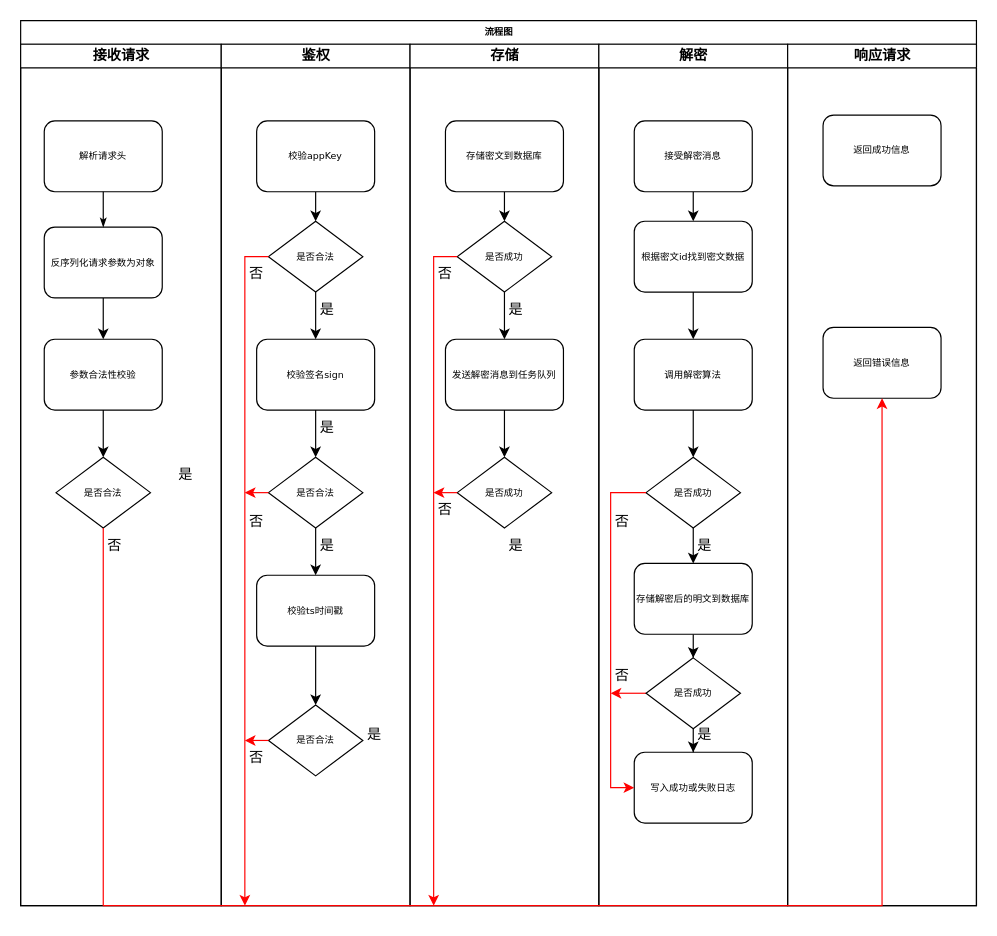
The draw.io diagram uploadEncryptData.drawio in jeefs/mindGraph, before the edit. Source tidied: cells renumbered, new cells numbered last; positions are measured from the earlier drawing's top-left corner, leaving out a move shared by most shapes. Both pictures are drawn from the tidied source at 118%, with x=0, y=0 at pixel (20, 20).
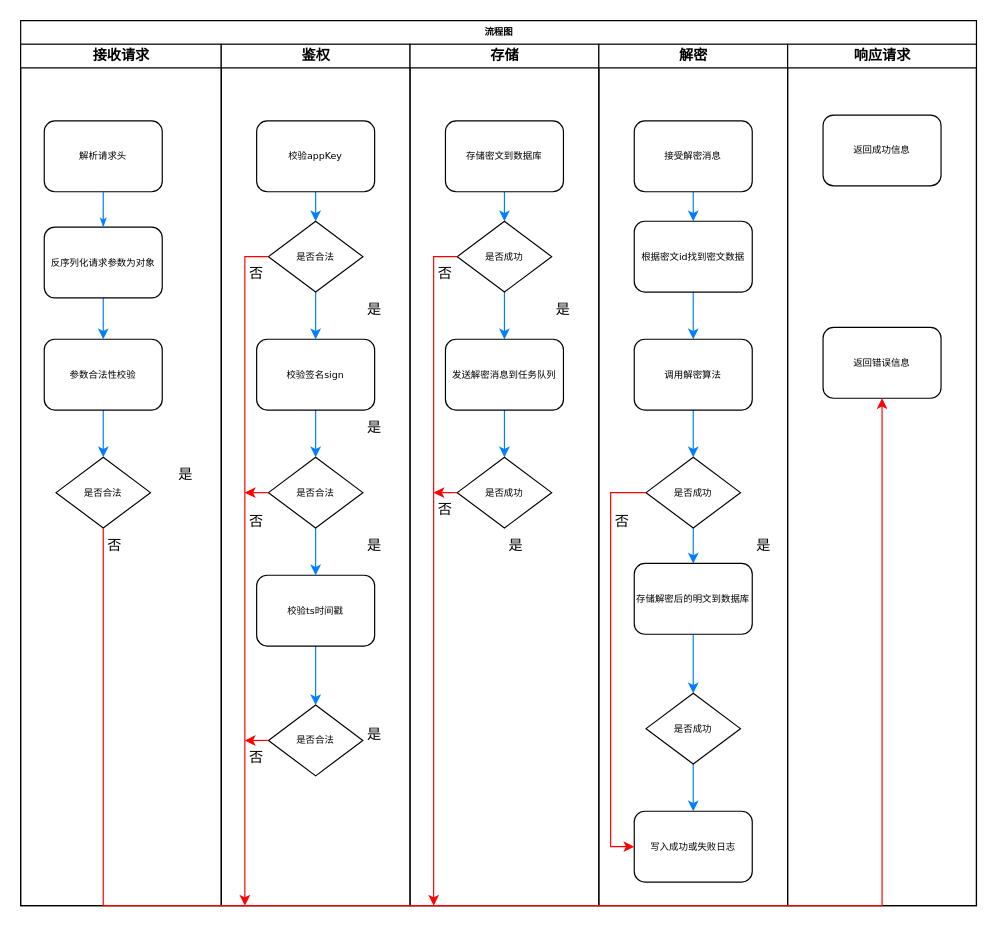
Above is the later version.

Unchanged cells that the change refers to:
```xml
<mxCell id="4" value="接收请求" style="swimlane;html=1;startSize=20;labelBackgroundColor=none;" parent="3" vertex="1">
  <mxGeometry width="170" height="730" as="geometry" />
</mxCell>
<mxCell id="5" value="解析请求头" style="rounded=1;whiteSpace=wrap;html=1;shadow=0;labelBackgroundColor=none;strokeWidth=1;fontFamily=Verdana;fontSize=8;align=center;" parent="4" vertex="1">
  <mxGeometry x="20" y="65" width="100" height="60" as="geometry" />
</mxCell>
<mxCell id="7" value="参数合法性校验" style="rounded=1;whiteSpace=wrap;html=1;shadow=0;labelBackgroundColor=none;strokeWidth=1;fontFamily=Verdana;fontSize=8;align=center;" parent="4" vertex="1">
  <mxGeometry x="20" y="250" width="100" height="60" as="geometry" />
</mxCell>
<mxCell id="9" value="反序列化请求参数为对象" style="rounded=1;whiteSpace=wrap;html=1;shadow=0;labelBackgroundColor=none;strokeWidth=1;fontFamily=Verdana;fontSize=8;align=center;" parent="4" vertex="1">
  <mxGeometry x="20" y="155" width="100" height="60" as="geometry" />
</mxCell>
<mxCell id="11" value="是否合法" style="rhombus;whiteSpace=wrap;html=1;rounded=0;shadow=0;labelBackgroundColor=none;strokeWidth=1;fontFamily=Verdana;fontSize=8;align=center;" parent="4" vertex="1">
  <mxGeometry x="30" y="350" width="80" height="60" as="geometry" />
</mxCell>
<mxCell id="14" value="鉴权" style="swimlane;html=1;startSize=20;labelBackgroundColor=none;" parent="3" vertex="1">
  <mxGeometry x="170" width="160" height="730" as="geometry" />
</mxCell>
<mxCell id="16" value="校验appKey" style="rounded=1;whiteSpace=wrap;html=1;shadow=0;labelBackgroundColor=none;strokeWidth=1;fontFamily=Verdana;fontSize=8;align=center;" parent="14" vertex="1">
  <mxGeometry x="30" y="65" width="100" height="60" as="geometry" />
</mxCell>
<mxCell id="18" value="校验签名sign" style="rounded=1;whiteSpace=wrap;html=1;shadow=0;labelBackgroundColor=none;strokeWidth=1;fontFamily=Verdana;fontSize=8;align=center;" parent="14" vertex="1">
  <mxGeometry x="30" y="250" width="100" height="60" as="geometry" />
</mxCell>
<mxCell id="20" value="校验ts时间戳" style="rounded=1;whiteSpace=wrap;html=1;shadow=0;labelBackgroundColor=none;strokeWidth=1;fontFamily=Verdana;fontSize=8;align=center;" parent="14" vertex="1">
  <mxGeometry x="30" y="450" width="100" height="60" as="geometry" />
</mxCell>
<mxCell id="22" value="是否合法" style="rhombus;whiteSpace=wrap;html=1;rounded=0;shadow=0;labelBackgroundColor=none;strokeWidth=1;fontFamily=Verdana;fontSize=8;align=center;" parent="14" vertex="1">
  <mxGeometry x="40" y="150" width="80" height="60" as="geometry" />
</mxCell>
<mxCell id="25" value="是否合法" style="rhombus;whiteSpace=wrap;html=1;rounded=0;shadow=0;labelBackgroundColor=none;strokeWidth=1;fontFamily=Verdana;fontSize=8;align=center;" parent="14" vertex="1">
  <mxGeometry x="40" y="350" width="80" height="60" as="geometry" />
</mxCell>
<mxCell id="28" value="是否合法" style="rhombus;whiteSpace=wrap;html=1;rounded=0;shadow=0;labelBackgroundColor=none;strokeWidth=1;fontFamily=Verdana;fontSize=8;align=center;" parent="14" vertex="1">
  <mxGeometry x="40" y="560" width="80" height="60" as="geometry" />
</mxCell>
<mxCell id="33" value="存储" style="swimlane;html=1;startSize=20;labelBackgroundColor=none;" parent="3" vertex="1">
  <mxGeometry x="330" width="160" height="730" as="geometry" />
</mxCell>
<mxCell id="35" value="存储密文到数据库" style="rounded=1;whiteSpace=wrap;html=1;shadow=0;labelBackgroundColor=none;strokeWidth=1;fontFamily=Verdana;fontSize=8;align=center;" parent="33" vertex="1">
  <mxGeometry x="30" y="65" width="100" height="60" as="geometry" />
</mxCell>
<mxCell id="37" value="是否成功" style="rhombus;whiteSpace=wrap;html=1;rounded=0;shadow=0;labelBackgroundColor=none;strokeWidth=1;fontFamily=Verdana;fontSize=8;align=center;" parent="33" vertex="1">
  <mxGeometry x="40" y="150" width="80" height="60" as="geometry" />
</mxCell>
<mxCell id="39" value="发送解密消息到任务队列" style="rounded=1;whiteSpace=wrap;html=1;shadow=0;labelBackgroundColor=none;strokeWidth=1;fontFamily=Verdana;fontSize=8;align=center;" parent="33" vertex="1">
  <mxGeometry x="30" y="250" width="100" height="60" as="geometry" />
</mxCell>
<mxCell id="40" value="是否成功" style="rhombus;whiteSpace=wrap;html=1;rounded=0;shadow=0;labelBackgroundColor=none;strokeWidth=1;fontFamily=Verdana;fontSize=8;align=center;" parent="33" vertex="1">
  <mxGeometry x="40" y="350" width="80" height="60" as="geometry" />
</mxCell>
<mxCell id="45" value="解密" style="swimlane;html=1;startSize=20;labelBackgroundColor=none;" parent="3" vertex="1">
  <mxGeometry x="490" width="160" height="730" as="geometry" />
</mxCell>
<mxCell id="47" value="接受解密消息" style="rounded=1;whiteSpace=wrap;html=1;shadow=0;labelBackgroundColor=none;strokeWidth=1;fontFamily=Verdana;fontSize=8;align=center;" parent="45" vertex="1">
  <mxGeometry x="30" y="65" width="100" height="60" as="geometry" />
</mxCell>
<mxCell id="49" value="根据密文id找到密文数据" style="rounded=1;whiteSpace=wrap;html=1;shadow=0;labelBackgroundColor=none;strokeWidth=1;fontFamily=Verdana;fontSize=8;align=center;" parent="45" vertex="1">
  <mxGeometry x="30" y="150" width="100" height="60" as="geometry" />
</mxCell>
<mxCell id="51" value="调用解密算法" style="rounded=1;whiteSpace=wrap;html=1;shadow=0;labelBackgroundColor=none;strokeWidth=1;fontFamily=Verdana;fontSize=8;align=center;" parent="45" vertex="1">
  <mxGeometry x="30" y="250" width="100" height="60" as="geometry" />
</mxCell>
<mxCell id="53" value="是否成功" style="rhombus;whiteSpace=wrap;html=1;rounded=0;shadow=0;labelBackgroundColor=none;strokeWidth=1;fontFamily=Verdana;fontSize=8;align=center;" parent="45" vertex="1">
  <mxGeometry x="40" y="350" width="80" height="60" as="geometry" />
</mxCell>
<mxCell id="55" value="存储解密后的明文到数据库" style="rounded=1;whiteSpace=wrap;html=1;shadow=0;labelBackgroundColor=none;strokeWidth=1;fontFamily=Verdana;fontSize=8;align=center;" parent="45" vertex="1">
  <mxGeometry x="30" y="440" width="100" height="60" as="geometry" />
</mxCell>
```

Diff of the diagram source:
```diff
@@
-    <mxCell id="6" style="edgeStyle=orthogonalEdgeStyle;rounded=0;jettySize=auto;html=1;labelBackgroundColor=none;fontColor=default;" parent="4" edge="1" source="7" target="11">
+    <mxCell id="6" style="edgeStyle=orthogonalEdgeStyle;rounded=0;jettySize=auto;html=1;labelBackgroundColor=none;fontColor=default;strokeColor=#007FFF;" parent="4" edge="1" source="7" target="11">
       <mxGeometry relative="1" as="geometry" />
     </mxCell>
@@
-    <mxCell id="8" style="edgeStyle=orthogonalEdgeStyle;rounded=0;jettySize=auto;html=1;labelBackgroundColor=none;fontColor=default;" parent="4" edge="1" source="9" target="7">
+    <mxCell id="8" style="edgeStyle=orthogonalEdgeStyle;rounded=0;jettySize=auto;html=1;labelBackgroundColor=none;fontColor=default;strokeColor=#007FFF;" parent="4" edge="1" source="9" target="7">
       <mxGeometry relative="1" as="geometry" />
     </mxCell>
@@
-    <mxCell id="10" style="edgeStyle=orthogonalEdgeStyle;rounded=1;html=1;labelBackgroundColor=none;startArrow=none;startFill=0;startSize=5;endArrow=classicThin;endFill=1;endSize=5;jettySize=auto;strokeWidth=1;fontFamily=Verdana;fontSize=8;fontColor=default;" parent="4" edge="1" source="5" target="9">
+    <mxCell id="10" style="edgeStyle=orthogonalEdgeStyle;rounded=1;html=1;labelBackgroundColor=none;startArrow=none;startFill=0;startSize=5;endArrow=classicThin;endFill=1;endSize=5;jettySize=auto;strokeWidth=1;fontFamily=Verdana;fontSize=8;fontColor=default;strokeColor=#007FFF;" parent="4" edge="1" source="5" target="9">
       <mxGeometry relative="1" as="geometry" />
     </mxCell>
@@
-    <mxCell id="15" style="edgeStyle=orthogonalEdgeStyle;rounded=0;jettySize=auto;html=1;labelBackgroundColor=none;fontColor=default;" parent="14" edge="1" source="16" target="22">
+    <mxCell id="15" style="edgeStyle=orthogonalEdgeStyle;rounded=0;jettySize=auto;html=1;labelBackgroundColor=none;fontColor=default;strokeColor=#007FFF;" parent="14" edge="1" source="16" target="22">
       <mxGeometry relative="1" as="geometry" />
     </mxCell>
@@
-    <mxCell id="17" style="edgeStyle=orthogonalEdgeStyle;rounded=0;jettySize=auto;html=1;entryX=0.5;entryY=0;entryDx=0;entryDy=0;labelBackgroundColor=none;fontColor=default;" parent="14" edge="1" source="18" target="25">
+    <mxCell id="17" style="edgeStyle=orthogonalEdgeStyle;rounded=0;jettySize=auto;html=1;entryX=0.5;entryY=0;entryDx=0;entryDy=0;labelBackgroundColor=none;fontColor=default;strokeColor=#007FFF;" parent="14" edge="1" source="18" target="25">
       <mxGeometry relative="1" as="geometry" />
     </mxCell>
@@
-    <mxCell id="19" style="edgeStyle=orthogonalEdgeStyle;rounded=0;jettySize=auto;html=1;labelBackgroundColor=none;fontColor=default;" parent="14" edge="1" source="20" target="28">
+    <mxCell id="19" style="edgeStyle=orthogonalEdgeStyle;rounded=0;jettySize=auto;html=1;labelBackgroundColor=none;fontColor=default;strokeColor=#007FFF;" parent="14" edge="1" source="20" target="28">
       <mxGeometry relative="1" as="geometry" />
     </mxCell>
@@
-    <mxCell id="21" style="edgeStyle=orthogonalEdgeStyle;rounded=0;jettySize=auto;html=1;labelBackgroundColor=none;fontColor=default;" parent="14" edge="1" source="22" target="18">
+    <mxCell id="21" style="edgeStyle=orthogonalEdgeStyle;rounded=0;jettySize=auto;html=1;labelBackgroundColor=none;fontColor=default;strokeColor=#007FFF;" parent="14" edge="1" source="22" target="18">
       <mxGeometry relative="1" as="geometry" />
     </mxCell>
@@
     <mxCell id="23" value="是" style="text;strokeColor=none;align=center;fillColor=none;html=1;verticalAlign=middle;whiteSpace=wrap;rounded=0;labelBackgroundColor=none;" parent="14" vertex="1">
-      <mxGeometry x="60" y="210" width="60" height="30" as="geometry" />
+      <mxGeometry x="100" y="210" width="60" height="30" as="geometry" />
     </mxCell>
-    <mxCell id="24" style="edgeStyle=orthogonalEdgeStyle;rounded=0;jettySize=auto;html=1;labelBackgroundColor=none;fontColor=default;" parent="14" edge="1" source="25" target="20">
+    <mxCell id="24" style="edgeStyle=orthogonalEdgeStyle;rounded=0;jettySize=auto;html=1;labelBackgroundColor=none;fontColor=default;strokeColor=#007FFF;" parent="14" edge="1" source="25" target="20">
       <mxGeometry relative="1" as="geometry" />
     </mxCell>
@@
     <mxCell id="26" value="是" style="text;strokeColor=none;align=center;fillColor=none;html=1;verticalAlign=middle;whiteSpace=wrap;rounded=0;labelBackgroundColor=none;" parent="14" vertex="1">
-      <mxGeometry x="60" y="310" width="60" height="30" as="geometry" />
+      <mxGeometry x="100" y="310" width="60" height="30" as="geometry" />
     </mxCell>
     <mxCell id="27" value="是" style="text;strokeColor=none;align=center;fillColor=none;html=1;verticalAlign=middle;whiteSpace=wrap;rounded=0;labelBackgroundColor=none;" parent="14" vertex="1">
-      <mxGeometry x="60" y="410" width="60" height="30" as="geometry" />
+      <mxGeometry x="100" y="410" width="60" height="30" as="geometry" />
     </mxCell>
@@
-    <mxCell id="34" style="edgeStyle=orthogonalEdgeStyle;rounded=0;jettySize=auto;html=1;labelBackgroundColor=none;fontColor=default;" parent="33" edge="1" source="35" target="37">
+    <mxCell id="34" style="edgeStyle=orthogonalEdgeStyle;rounded=0;jettySize=auto;html=1;labelBackgroundColor=none;fontColor=default;strokeColor=#007FFF;" parent="33" edge="1" source="35" target="37">
       <mxGeometry relative="1" as="geometry" />
     </mxCell>
@@
-    <mxCell id="36" style="edgeStyle=orthogonalEdgeStyle;rounded=0;jettySize=auto;html=1;labelBackgroundColor=none;fontColor=default;" parent="33" edge="1" source="37" target="39">
+    <mxCell id="36" style="edgeStyle=orthogonalEdgeStyle;rounded=0;jettySize=auto;html=1;labelBackgroundColor=none;fontColor=default;strokeColor=#007FFF;" parent="33" edge="1" source="37" target="39">
       <mxGeometry relative="1" as="geometry" />
     </mxCell>
@@
-    <mxCell id="38" style="edgeStyle=orthogonalEdgeStyle;rounded=0;jettySize=auto;html=1;labelBackgroundColor=none;fontColor=default;" parent="33" edge="1" source="39" target="40">
+    <mxCell id="38" style="edgeStyle=orthogonalEdgeStyle;rounded=0;jettySize=auto;html=1;labelBackgroundColor=none;fontColor=default;strokeColor=#007FFF;" parent="33" edge="1" source="39" target="40">
       <mxGeometry relative="1" as="geometry" />
     </mxCell>
@@
     <mxCell id="41" value="是" style="text;strokeColor=none;align=center;fillColor=none;html=1;verticalAlign=middle;whiteSpace=wrap;rounded=0;labelBackgroundColor=none;" parent="33" vertex="1">
-      <mxGeometry x="60" y="210" width="60" height="30" as="geometry" />
+      <mxGeometry x="100" y="210" width="60" height="30" as="geometry" />
     </mxCell>
@@
-    <mxCell id="46" style="edgeStyle=orthogonalEdgeStyle;rounded=0;jettySize=auto;html=1;labelBackgroundColor=none;fontColor=default;" parent="45" edge="1" source="47" target="49">
+    <mxCell id="46" style="edgeStyle=orthogonalEdgeStyle;rounded=0;jettySize=auto;html=1;labelBackgroundColor=none;fontColor=default;strokeColor=#007FFF;" parent="45" edge="1" source="47" target="49">
       <mxGeometry relative="1" as="geometry" />
     </mxCell>
@@
-    <mxCell id="48" style="edgeStyle=orthogonalEdgeStyle;rounded=0;jettySize=auto;html=1;labelBackgroundColor=none;fontColor=default;" parent="45" edge="1" source="49" target="51">
+    <mxCell id="48" style="edgeStyle=orthogonalEdgeStyle;rounded=0;jettySize=auto;html=1;labelBackgroundColor=none;fontColor=default;strokeColor=#007FFF;" parent="45" edge="1" source="49" target="51">
       <mxGeometry relative="1" as="geometry" />
     </mxCell>
@@
-    <mxCell id="50" style="edgeStyle=orthogonalEdgeStyle;rounded=0;jettySize=auto;html=1;labelBackgroundColor=none;fontColor=default;" parent="45" edge="1" source="51" target="53">
+    <mxCell id="50" style="edgeStyle=orthogonalEdgeStyle;rounded=0;jettySize=auto;html=1;labelBackgroundColor=none;fontColor=default;strokeColor=#007FFF;" parent="45" edge="1" source="51" target="53">
       <mxGeometry relative="1" as="geometry" />
     </mxCell>
@@
-    <mxCell id="52" style="edgeStyle=orthogonalEdgeStyle;rounded=0;jettySize=auto;html=1;labelBackgroundColor=none;fontColor=default;" parent="45" edge="1" source="53" target="55">
+    <mxCell id="52" style="edgeStyle=orthogonalEdgeStyle;rounded=0;jettySize=auto;html=1;labelBackgroundColor=none;fontColor=default;strokeColor=#007FFF;" parent="45" edge="1" source="53" target="55">
       <mxGeometry relative="1" as="geometry" />
     </mxCell>
@@
-    <mxCell id="54" style="edgeStyle=orthogonalEdgeStyle;rounded=0;jettySize=auto;html=1;labelBackgroundColor=none;fontColor=default;" parent="45" edge="1" source="55" target="62">
+    <mxCell id="54" style="edgeStyle=orthogonalEdgeStyle;rounded=0;jettySize=auto;html=1;labelBackgroundColor=none;fontColor=default;strokeColor=#007FFF;" parent="45" edge="1" source="55" target="62">
       <mxGeometry relative="1" as="geometry" />
     </mxCell>
@@
     <mxCell id="56" value="是" style="text;strokeColor=none;align=center;fillColor=none;html=1;verticalAlign=middle;whiteSpace=wrap;rounded=0;labelBackgroundColor=none;" parent="45" vertex="1">
-      <mxGeometry x="60" y="410" width="60" height="30" as="geometry" />
+      <mxGeometry x="110" y="410" width="60" height="30" as="geometry" />
     </mxCell>
     <mxCell id="57" value="写入成功或失败日志" style="rounded=1;whiteSpace=wrap;html=1;shadow=0;labelBackgroundColor=none;strokeWidth=1;fontFamily=Verdana;fontSize=8;align=center;" parent="45" vertex="1">
-      <mxGeometry x="30" y="600" width="100" height="60" as="geometry" />
+      <mxGeometry x="30" y="650" width="100" height="60" as="geometry" />
     </mxCell>
     <mxCell id="58" style="edgeStyle=orthogonalEdgeStyle;rounded=0;jettySize=auto;html=1;entryX=0;entryY=0.5;entryDx=0;entryDy=0;labelBackgroundColor=none;fontColor=default;strokeColor=#FF0000;" parent="45" edge="1" source="53" target="57">
       <mxGeometry relative="1" as="geometry">
         <Array as="points">
           <mxPoint x="10" y="380" />
-          <mxPoint x="10" y="630" />
+          <mxPoint x="10" y="680" />
         </Array>
       </mxGeometry>
     </mxCell>
@@
-    <mxCell id="60" style="edgeStyle=orthogonalEdgeStyle;rounded=0;jettySize=auto;html=1;labelBackgroundColor=none;fontColor=default;strokeColor=#FF0000;" parent="45" edge="1" source="62">
-      <mxGeometry relative="1" as="geometry">
-        <mxPoint x="10" y="550" as="targetPoint" />
-      </mxGeometry>
-    </mxCell>
-    <mxCell id="61" style="edgeStyle=orthogonalEdgeStyle;rounded=0;jettySize=auto;html=1;labelBackgroundColor=none;fontColor=default;" parent="45" edge="1" source="62" target="57">
+    <mxCell id="61" style="edgeStyle=orthogonalEdgeStyle;rounded=0;jettySize=auto;html=1;labelBackgroundColor=none;fontColor=default;strokeColor=#007FFF;" parent="45" edge="1" source="62" target="57">
       <mxGeometry relative="1" as="geometry" />
     </mxCell>
     <mxCell id="62" value="是否成功" style="rhombus;whiteSpace=wrap;html=1;rounded=0;shadow=0;labelBackgroundColor=none;strokeWidth=1;fontFamily=Verdana;fontSize=8;align=center;" parent="45" vertex="1">
-      <mxGeometry x="40" y="520" width="80" height="60" as="geometry" />
+      <mxGeometry x="40" y="550" width="80" height="60" as="geometry" />
     </mxCell>
-    <mxCell id="63" value="是" style="text;strokeColor=none;align=center;fillColor=none;html=1;verticalAlign=middle;whiteSpace=wrap;rounded=0;labelBackgroundColor=none;" parent="45" vertex="1">
-      <mxGeometry x="60" y="570" width="60" height="30" as="geometry" />
-    </mxCell>
-    <mxCell id="64" value="否" style="text;strokeColor=none;align=center;fillColor=none;html=1;verticalAlign=middle;whiteSpace=wrap;rounded=0;labelBackgroundColor=none;" parent="45" vertex="1">
-      <mxGeometry x="-10" y="520" width="60" height="30" as="geometry" />
-    </mxCell>
```
